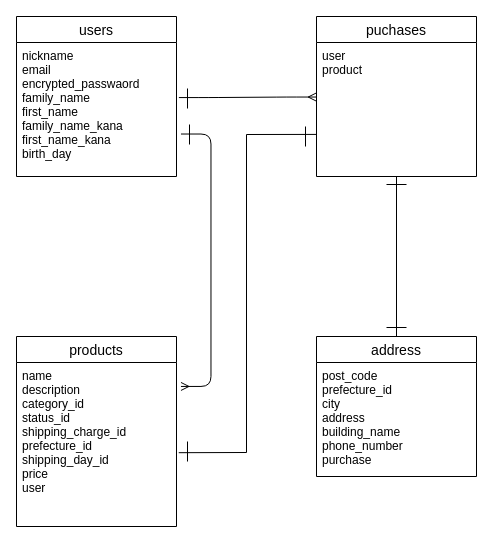
Above: firima.dio in Kawase-Ryo/furima-38243 (draw.io), before the change. Source tidied: cells renumbered, new cells numbered last; positions are measured from the earlier drawing's top-left corner, leaving out a move shared by most shapes. Both pictures are drawn from the tidied source at 100%, with x=0, y=0 at pixel (16, 16).
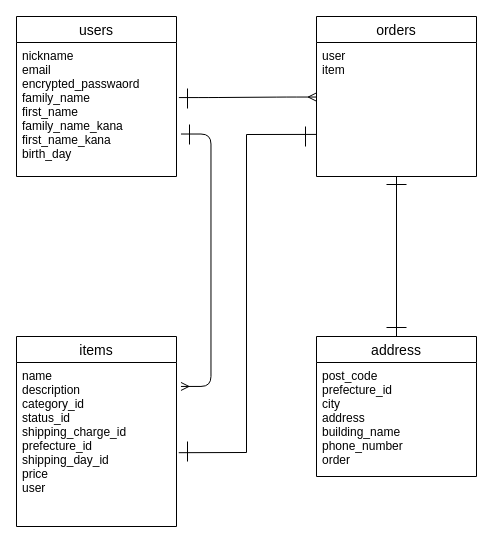
The same page after the edit.

The change refers to these unchanged cells:
```xml
<mxCell id="8" value="address" style="swimlane;fontStyle=0;horizontal=1;startSize=26;align=center;fontSize=14;" parent="1" vertex="1">
  <mxGeometry x="300" y="320" width="160" height="140" as="geometry" />
</mxCell>
```

Diff of the diagram source:
```diff
@@
-    <mxCell id="4" value="puchases" style="swimlane;fontStyle=0;horizontal=1;startSize=26;align=center;fontSize=14;" parent="1" vertex="1">
+    <mxCell id="4" value="orders" style="swimlane;fontStyle=0;horizontal=1;startSize=26;align=center;fontSize=14;" parent="1" vertex="1">
       <mxGeometry x="300" width="160" height="160" as="geometry" />
     </mxCell>
-    <mxCell id="5" value="user&#10;product" style="text;strokeColor=none;fillColor=none;spacingLeft=4;spacingRight=4;overflow=hidden;points=[[0,0.5],[1,0.5]];portConstraint=eastwest;fontSize=12;" parent="4" vertex="1">
+    <mxCell id="5" value="user&#10;item" style="text;strokeColor=none;fillColor=none;spacingLeft=4;spacingRight=4;overflow=hidden;points=[[0,0.5],[1,0.5]];portConstraint=eastwest;fontSize=12;" parent="4" vertex="1">
       <mxGeometry y="26" width="160" height="134" as="geometry" />
     </mxCell>
-    <mxCell id="6" value="products" style="swimlane;fontStyle=0;horizontal=1;startSize=26;align=center;fontSize=14;" parent="1" vertex="1">
+    <mxCell id="6" value="items" style="swimlane;fontStyle=0;horizontal=1;startSize=26;align=center;fontSize=14;" parent="1" vertex="1">
       <mxGeometry y="320" width="160" height="190" as="geometry" />
     </mxCell>
@@
-    <mxCell id="9" value="post_code&#10;prefecture_id&#10;city&#10;address&#10;building_name&#10;phone_number&#10;purchase" style="text;strokeColor=none;fillColor=none;spacingLeft=4;spacingRight=4;overflow=hidden;fontSize=12;" parent="8" vertex="1">
+    <mxCell id="9" value="post_code&#10;prefecture_id&#10;city&#10;address&#10;building_name&#10;phone_number&#10;order" style="text;strokeColor=none;fillColor=none;spacingLeft=4;spacingRight=4;overflow=hidden;fontSize=12;" parent="8" vertex="1">
       <mxGeometry y="26" width="160" height="114" as="geometry" />
     </mxCell>
```
